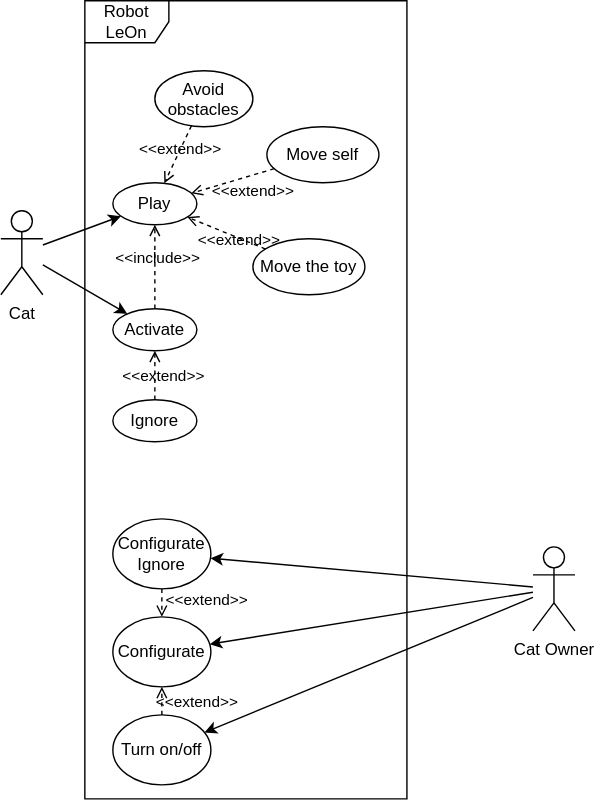
Earlier version of the draw.io export docs/architecture/usecase.drawio.svg (an-dr/LeOn). Source tidied: cells renumbered, new cells last; positions are measured from the earlier drawing's top-left corner, leaving out a move shared by most shapes. Source of this version:
```xml
<mxGraphModel>
  <root>
    <mxCell id="0" />
    <mxCell id="1" parent="0" />
    <mxCell id="2" style="edgeStyle=none;html=1;" parent="1" edge="1" source="4" target="10">
      <mxGeometry relative="1" as="geometry" />
    </mxCell>
    <mxCell id="3" style="edgeStyle=none;html=1;" parent="1" edge="1" source="4" target="12">
      <mxGeometry relative="1" as="geometry" />
    </mxCell>
    <mxCell id="4" value="Cat" style="shape=umlActor;verticalLabelPosition=bottom;verticalAlign=top;html=1;" parent="1" vertex="1">
      <mxGeometry y="150" width="30" height="60" as="geometry" />
    </mxCell>
    <mxCell id="5" style="edgeStyle=none;html=1;" parent="1" edge="1" source="8" target="11">
      <mxGeometry relative="1" as="geometry" />
    </mxCell>
    <mxCell id="6" style="edgeStyle=none;html=1;" parent="1" edge="1" source="8" target="23">
      <mxGeometry relative="1" as="geometry" />
    </mxCell>
    <mxCell id="7" style="edgeStyle=none;html=1;" parent="1" edge="1" source="8" target="20">
      <mxGeometry relative="1" as="geometry" />
    </mxCell>
    <mxCell id="8" value="Cat Owner" style="shape=umlActor;verticalLabelPosition=bottom;verticalAlign=top;html=1;" parent="1" vertex="1">
      <mxGeometry x="380" y="390" width="30" height="60" as="geometry" />
    </mxCell>
    <mxCell id="9" value="Robot LeOn" style="shape=umlFrame;whiteSpace=wrap;html=1;" parent="1" vertex="1">
      <mxGeometry x="60" width="230" height="570" as="geometry" />
    </mxCell>
    <mxCell id="10" value="Activate" style="ellipse;whiteSpace=wrap;html=1;" parent="1" vertex="1">
      <mxGeometry x="80" y="220" width="60" height="30" as="geometry" />
    </mxCell>
    <mxCell id="11" value="Configurate" style="ellipse;whiteSpace=wrap;html=1;" parent="1" vertex="1">
      <mxGeometry x="80" y="440" width="70" height="50" as="geometry" />
    </mxCell>
    <mxCell id="12" value="Play" style="ellipse;whiteSpace=wrap;html=1;" parent="1" vertex="1">
      <mxGeometry x="80" y="130" width="60" height="30" as="geometry" />
    </mxCell>
    <mxCell id="13" value="&amp;lt;&amp;lt;include&amp;gt;&amp;gt;" style="html=1;verticalAlign=bottom;labelBackgroundColor=none;endArrow=open;endFill=0;dashed=1;" parent="1" edge="1" source="10" target="12">
      <mxGeometry x="-0.11" y="-2" relative="1" as="geometry" />
    </mxCell>
    <mxCell id="14" value="Move self" style="ellipse;whiteSpace=wrap;html=1;" parent="1" vertex="1">
      <mxGeometry x="190" y="90" width="80" height="40" as="geometry" />
    </mxCell>
    <mxCell id="15" value="Move the toy" style="ellipse;whiteSpace=wrap;html=1;" parent="1" vertex="1">
      <mxGeometry x="180" y="170" width="80" height="40" as="geometry" />
    </mxCell>
    <mxCell id="16" value="Ignore" style="ellipse;whiteSpace=wrap;html=1;" parent="1" vertex="1">
      <mxGeometry x="80" y="285" width="60" height="30" as="geometry" />
    </mxCell>
    <mxCell id="17" value="&amp;lt;&amp;lt;extend&amp;gt;&amp;gt;" style="html=1;verticalAlign=bottom;labelBackgroundColor=none;endArrow=open;endFill=0;dashed=1;" parent="1" edge="1" source="16" target="10">
      <mxGeometry x="-0.55" y="-6" relative="1" as="geometry" />
    </mxCell>
    <mxCell id="18" value="Avoid &#10;obstacles" style="ellipse;" parent="1" vertex="1">
      <mxGeometry x="110" y="50" width="70" height="40" as="geometry" />
    </mxCell>
    <mxCell id="19" value="&amp;lt;&amp;lt;extend&amp;gt;&amp;gt;" style="html=1;verticalAlign=bottom;labelBackgroundColor=none;endArrow=open;endFill=0;dashed=1;" parent="1" edge="1" source="18" target="12">
      <mxGeometry x="0.17" y="4" relative="1" as="geometry" />
    </mxCell>
    <mxCell id="20" value="Configurate&lt;br&gt;Ignore" style="ellipse;whiteSpace=wrap;html=1;" parent="1" vertex="1">
      <mxGeometry x="80" y="370" width="70" height="50" as="geometry" />
    </mxCell>
    <mxCell id="21" value="&amp;lt;&amp;lt;extend&amp;gt;&amp;gt;" style="html=1;verticalAlign=bottom;labelBackgroundColor=none;endArrow=open;endFill=0;dashed=1;" parent="1" edge="1" source="14" target="12">
      <mxGeometry x="-0.3" y="20" relative="1" as="geometry" />
    </mxCell>
    <mxCell id="22" value="&amp;lt;&amp;lt;extend&amp;gt;&amp;gt;" style="html=1;verticalAlign=bottom;labelBackgroundColor=none;endArrow=open;endFill=0;dashed=1;" parent="1" edge="1" source="15" target="12">
      <mxGeometry x="-0.45" y="10" relative="1" as="geometry" />
    </mxCell>
    <mxCell id="23" value="Turn on/off" style="ellipse;whiteSpace=wrap;html=1;" parent="1" vertex="1">
      <mxGeometry x="80" y="510" width="70" height="50" as="geometry" />
    </mxCell>
    <mxCell id="24" value="&amp;lt;&amp;lt;extend&amp;gt;&amp;gt;" style="html=1;verticalAlign=bottom;labelBackgroundColor=none;endArrow=open;endFill=0;dashed=1;" parent="1" edge="1" source="20" target="11">
      <mxGeometry x="0.73" y="32" relative="1" as="geometry" />
    </mxCell>
    <mxCell id="25" value="&amp;lt;&amp;lt;extend&amp;gt;&amp;gt;" style="html=1;verticalAlign=bottom;labelBackgroundColor=none;endArrow=open;endFill=0;dashed=1;" parent="1" edge="1" source="23" target="11">
      <mxGeometry x="-1" y="-25" relative="1" as="geometry" />
    </mxCell>
  </root>
</mxGraphModel>
```
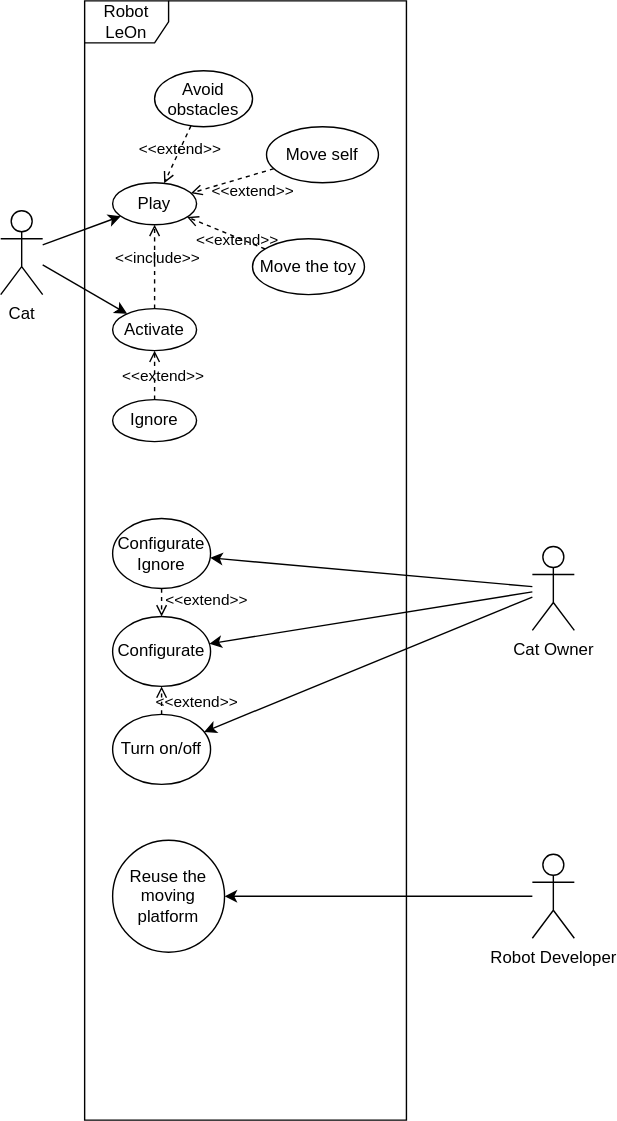
The same file after the commit.

Commit message:
Add a developer to the use case for future development

The edit, as a diff of the source:
```diff
@@ -24,7 +24,7 @@
       <mxGeometry x="380" y="390" width="30" height="60" as="geometry" />
     </mxCell>
     <mxCell id="9" value="Robot LeOn" style="shape=umlFrame;whiteSpace=wrap;html=1;" parent="1" vertex="1">
-      <mxGeometry x="60" width="230" height="570" as="geometry" />
+      <mxGeometry x="60" width="230" height="800" as="geometry" />
     </mxCell>
     <mxCell id="10" value="Activate" style="ellipse;whiteSpace=wrap;html=1;" parent="1" vertex="1">
       <mxGeometry x="80" y="220" width="60" height="30" as="geometry" />
@@ -74,5 +74,14 @@
     <mxCell id="25" value="&amp;lt;&amp;lt;extend&amp;gt;&amp;gt;" style="html=1;verticalAlign=bottom;labelBackgroundColor=none;endArrow=open;endFill=0;dashed=1;" parent="1" edge="1" source="23" target="11">
       <mxGeometry x="-1" y="-25" relative="1" as="geometry" />
     </mxCell>
+    <mxCell id="26" style="edgeStyle=none;html=1;" parent="1" edge="1" source="27" target="28">
+      <mxGeometry relative="1" as="geometry" />
+    </mxCell>
+    <mxCell id="27" value="Robot Developer" style="shape=umlActor;verticalLabelPosition=bottom;verticalAlign=top;html=1;" parent="1" vertex="1">
+      <mxGeometry x="380" y="610" width="30" height="60" as="geometry" />
+    </mxCell>
+    <mxCell id="28" value="Reuse the moving platform" style="ellipse;whiteSpace=wrap;html=1;" parent="1" vertex="1">
+      <mxGeometry x="80" y="600" width="80" height="80" as="geometry" />
+    </mxCell>
   </root>
 </mxGraphModel>
```
